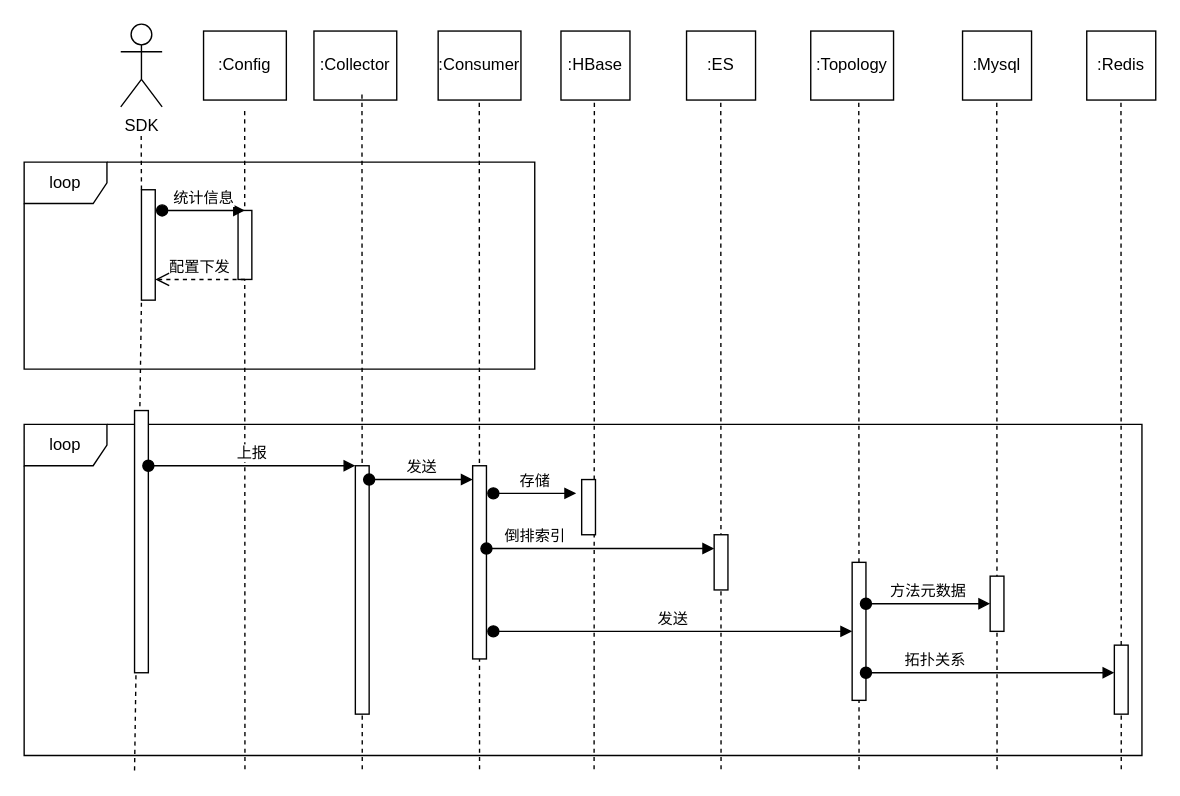
Before: Trace原始数据处理时序图.drawio in tiankuanyu/test, a draw.io diagram. Source tidied: cells renumbered, new cells numbered last; positions are measured from the earlier drawing's top-left corner, leaving out a move shared by most shapes. Both pictures are drawn from the tidied source at 138%, with x=0, y=0 at pixel (23, 23).
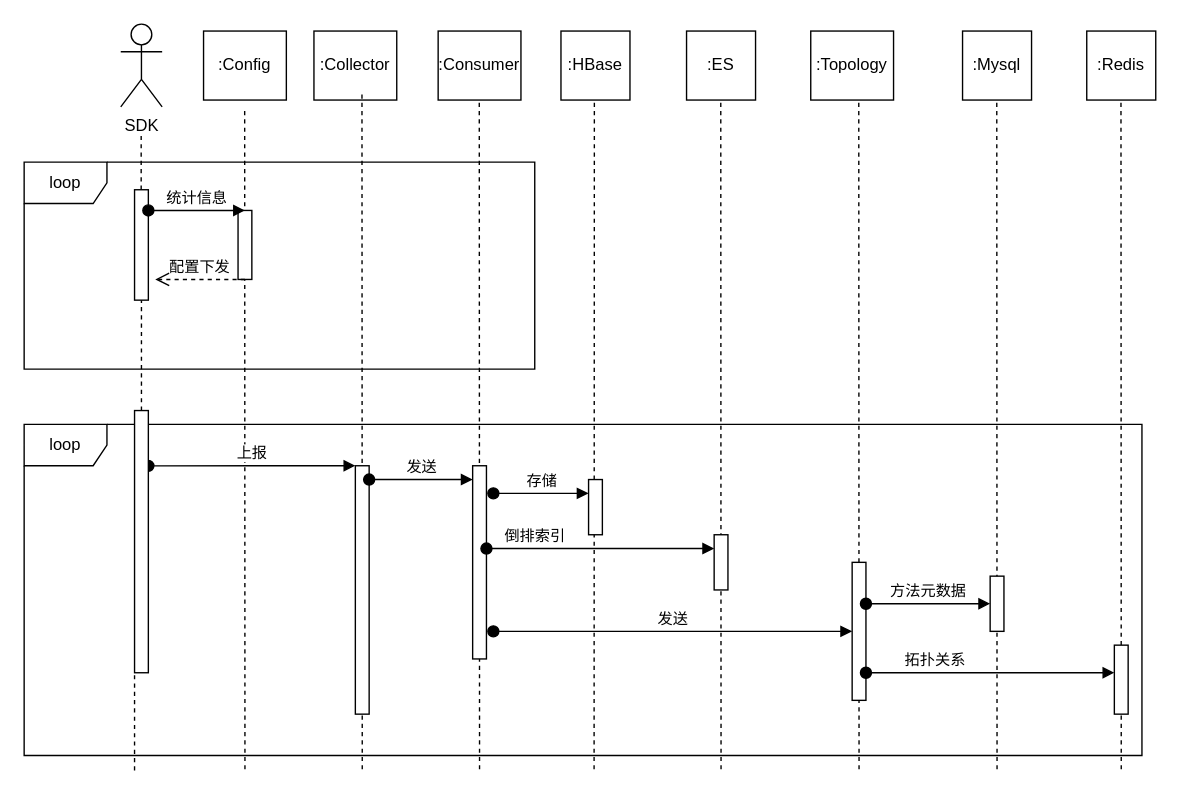
After the change.

Commit message (it also covers changes not shown here):
更新Trace原始数据处理时序图.drawio

Change to the diagram source:
```diff
@@
-    <mxCell id="21" style="endArrow=none;html=1;rounded=0;dashed=1;" parent="1" edge="1" target="22">
-      <mxGeometry relative="1" as="geometry">
-        <mxPoint x="80" y="540.8" as="sourcePoint" />
-      </mxGeometry>
+    <mxCell id="21" style="endArrow=none;html=1;rounded=0;dashed=1;" parent="1" edge="1" source="25" target="22">
+      <mxGeometry relative="1" as="geometry" />
     </mxCell>
     <mxCell id="22" style="html=1;points=[[0,0,0,0,5],[0,1,0,0,-5],[1,0,0,0,5],[1,1,0,0,-5]];perimeter=orthogonalPerimeter;outlineConnect=0;targetShapes=umlLifeline;portConstraint=eastwest;newEdgeStyle={&quot;curved&quot;:0,&quot;rounded&quot;:0};" parent="1" vertex="1">
-      <mxGeometry x="85" y="120" width="10" height="80" as="geometry" />
+      <mxGeometry x="80" y="120" width="10" height="80" as="geometry" />
     </mxCell>
@@
-    <mxCell id="25" style="html=1;points=[[0,0,0,0,5],[0,1,0,0,-5],[1,0,0,0,5],[1,1,0,0,-5]];perimeter=orthogonalPerimeter;outlineConnect=0;targetShapes=umlLifeline;portConstraint=eastwest;newEdgeStyle={&quot;curved&quot;:0,&quot;rounded&quot;:0};" parent="1" vertex="1">
-      <mxGeometry x="80" y="280" width="10" height="190" as="geometry" />
-    </mxCell>
@@
     <mxCell id="28" style="html=1;points=[[0,0,0,0,5],[0,1,0,0,-5],[1,0,0,0,5],[1,1,0,0,-5]];perimeter=orthogonalPerimeter;outlineConnect=0;targetShapes=umlLifeline;portConstraint=eastwest;newEdgeStyle={&quot;curved&quot;:0,&quot;rounded&quot;:0};" parent="1" vertex="1">
-      <mxGeometry x="404" y="330" width="10" height="40" as="geometry" />
+      <mxGeometry x="409" y="330" width="10" height="40" as="geometry" />
     </mxCell>
@@
-    <mxCell id="33" value="统计信息" style="html=1;verticalAlign=bottom;startArrow=oval;startFill=1;endArrow=block;startSize=8;curved=0;rounded=0;" parent="1" edge="1">
+    <mxCell id="33" value="统计信息" style="html=1;verticalAlign=bottom;startArrow=oval;startFill=1;endArrow=block;startSize=8;curved=0;rounded=0;" parent="1" edge="1" source="22">
       <mxGeometry relative="1" as="geometry">
-        <mxPoint x="100" y="135" as="sourcePoint" />
         <mxPoint x="160" y="135" as="targetPoint" />
       </mxGeometry>
     </mxCell>
@@
-    <mxCell id="35" value="上报" style="html=1;verticalAlign=bottom;startArrow=oval;startFill=1;endArrow=block;startSize=8;curved=0;rounded=0;" parent="1" edge="1" source="25">
+    <mxCell id="35" value="上报" style="html=1;verticalAlign=bottom;startArrow=oval;startFill=1;endArrow=block;startSize=8;curved=0;rounded=0;exitX=1;exitY=0.211;exitDx=0;exitDy=0;exitPerimeter=0;" parent="1" edge="1" source="25">
       <mxGeometry relative="1" as="geometry">
         <mxPoint x="240" y="320" as="targetPoint" />
       </mxGeometry>
     </mxCell>
@@
-    <mxCell id="37" value="存储" style="html=1;verticalAlign=bottom;startArrow=oval;startFill=1;endArrow=block;startSize=8;curved=0;rounded=0;" parent="1" edge="1">
+    <mxCell id="37" value="存储" style="html=1;verticalAlign=bottom;startArrow=oval;startFill=1;endArrow=block;startSize=8;curved=0;rounded=0;" parent="1" edge="1" target="28">
       <mxGeometry relative="1" as="geometry">
         <mxPoint x="340" y="340" as="sourcePoint" />
-        <mxPoint x="400" y="340" as="targetPoint" />
       </mxGeometry>
     </mxCell>
@@
+    <mxCell id="42" style="endArrow=none;html=1;rounded=0;dashed=1;" parent="1" edge="1" target="25">
+      <mxGeometry relative="1" as="geometry">
+        <mxPoint x="80" y="540.8" as="sourcePoint" />
+      </mxGeometry>
+    </mxCell>
+    <mxCell id="25" style="html=1;points=[[0,0,0,0,5],[0,1,0,0,-5],[1,0,0,0,5],[1,1,0,0,-5]];perimeter=orthogonalPerimeter;outlineConnect=0;targetShapes=umlLifeline;portConstraint=eastwest;newEdgeStyle={&quot;curved&quot;:0,&quot;rounded&quot;:0};" parent="1" vertex="1">
+      <mxGeometry x="80" y="280" width="10" height="190" as="geometry" />
+    </mxCell>
```
